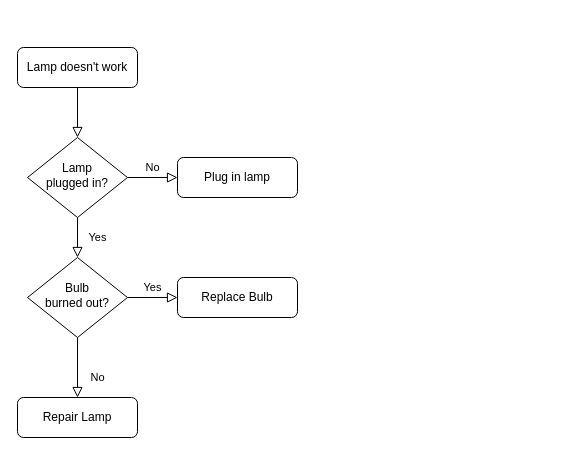
The draw.io diagram Untitled Diagram.drawio in loloxwg/Awesome, before the edit. Source tidied: cells renumbered, new cells numbered last; positions are measured from the earlier drawing's top-left corner, leaving out a move shared by most shapes. Both pictures are drawn from the tidied source at 100%, with x=0, y=0 at pixel (17, 47).
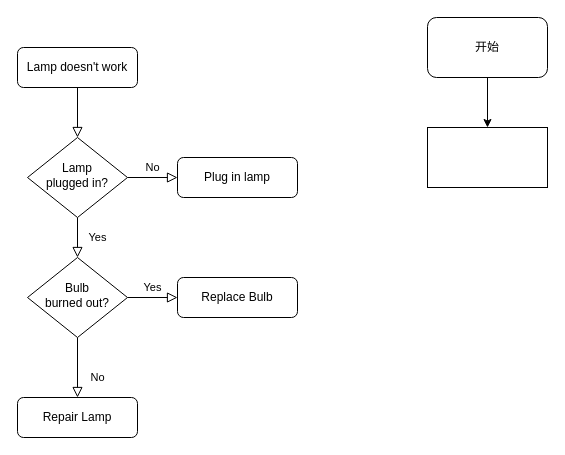
Above is the later version.

Change to the diagram source:
```diff
@@
 <mxGraphModel>
   <root>
     <mxCell id="0" />
     <mxCell id="1" parent="0" />
     <mxCell id="2" style="rounded=0;html=1;jettySize=auto;fontSize=11;endArrow=block;endFill=0;endSize=8;strokeWidth=1;shadow=0;labelBackgroundColor=none;edgeStyle=orthogonalEdgeStyle;" parent="1" edge="1" source="3" target="6">
       <mxGeometry relative="1" as="geometry" />
     </mxCell>
     <mxCell id="3" value="Lamp doesn't work" style="rounded=1;whiteSpace=wrap;html=1;fontSize=12;glass=0;strokeWidth=1;shadow=0;" parent="1" vertex="1">
       <mxGeometry width="120" height="40" as="geometry" />
     </mxCell>
     <mxCell id="4" value="Yes" style="rounded=0;html=1;jettySize=auto;fontSize=11;endArrow=block;endFill=0;endSize=8;strokeWidth=1;shadow=0;labelBackgroundColor=none;edgeStyle=orthogonalEdgeStyle;" parent="1" edge="1" source="6" target="10">
       <mxGeometry y="20" relative="1" as="geometry" />
     </mxCell>
     <mxCell id="5" value="No" style="edgeStyle=orthogonalEdgeStyle;rounded=0;html=1;jettySize=auto;fontSize=11;endArrow=block;endFill=0;endSize=8;strokeWidth=1;shadow=0;labelBackgroundColor=none;" parent="1" edge="1" source="6" target="7">
       <mxGeometry y="10" relative="1" as="geometry" />
     </mxCell>
     <mxCell id="6" value="Lamp&lt;br&gt;plugged in?" style="rhombus;whiteSpace=wrap;html=1;shadow=0;fontFamily=Helvetica;fontSize=12;align=center;strokeWidth=1;spacing=6;spacingTop=-4;" parent="1" vertex="1">
       <mxGeometry x="10" y="90" width="100" height="80" as="geometry" />
     </mxCell>
     <mxCell id="7" value="Plug in lamp" style="rounded=1;whiteSpace=wrap;html=1;fontSize=12;glass=0;strokeWidth=1;shadow=0;" parent="1" vertex="1">
       <mxGeometry x="160" y="110" width="120" height="40" as="geometry" />
     </mxCell>
     <mxCell id="8" value="No" style="rounded=0;html=1;jettySize=auto;fontSize=11;endArrow=block;endFill=0;endSize=8;strokeWidth=1;shadow=0;labelBackgroundColor=none;edgeStyle=orthogonalEdgeStyle;" parent="1" edge="1" source="10" target="11">
       <mxGeometry x="0.33" y="20" relative="1" as="geometry" />
     </mxCell>
     <mxCell id="9" value="Yes" style="edgeStyle=orthogonalEdgeStyle;rounded=0;html=1;jettySize=auto;fontSize=11;endArrow=block;endFill=0;endSize=8;strokeWidth=1;shadow=0;labelBackgroundColor=none;" parent="1" edge="1" source="10" target="12">
       <mxGeometry y="10" relative="1" as="geometry" />
     </mxCell>
     <mxCell id="10" value="Bulb&lt;br&gt;burned out?" style="rhombus;whiteSpace=wrap;html=1;shadow=0;fontFamily=Helvetica;fontSize=12;align=center;strokeWidth=1;spacing=6;spacingTop=-4;" parent="1" vertex="1">
       <mxGeometry x="10" y="210" width="100" height="80" as="geometry" />
     </mxCell>
     <mxCell id="11" value="Repair Lamp" style="rounded=1;whiteSpace=wrap;html=1;fontSize=12;glass=0;strokeWidth=1;shadow=0;" parent="1" vertex="1">
       <mxGeometry y="350" width="120" height="40" as="geometry" />
     </mxCell>
     <mxCell id="12" value="Replace Bulb" style="rounded=1;whiteSpace=wrap;html=1;fontSize=12;glass=0;strokeWidth=1;shadow=0;" parent="1" vertex="1">
       <mxGeometry x="160" y="230" width="120" height="40" as="geometry" />
     </mxCell>
+    <mxCell id="13" style="edgeStyle=orthogonalEdgeStyle;rounded=0;jettySize=auto;html=1;" parent="1" edge="1" source="14" target="15">
+      <mxGeometry relative="1" as="geometry" />
+    </mxCell>
+    <mxCell id="14" value="开始" style="rounded=1;whiteSpace=wrap;html=1;" parent="1" vertex="1">
+      <mxGeometry x="410" y="-30" width="120" height="60" as="geometry" />
+    </mxCell>
+    <mxCell id="15" style="rounded=0;whiteSpace=wrap;html=1;" parent="1" vertex="1">
+      <mxGeometry x="410" y="80" width="120" height="60" as="geometry" />
+    </mxCell>
   </root>
 </mxGraphModel>
```
